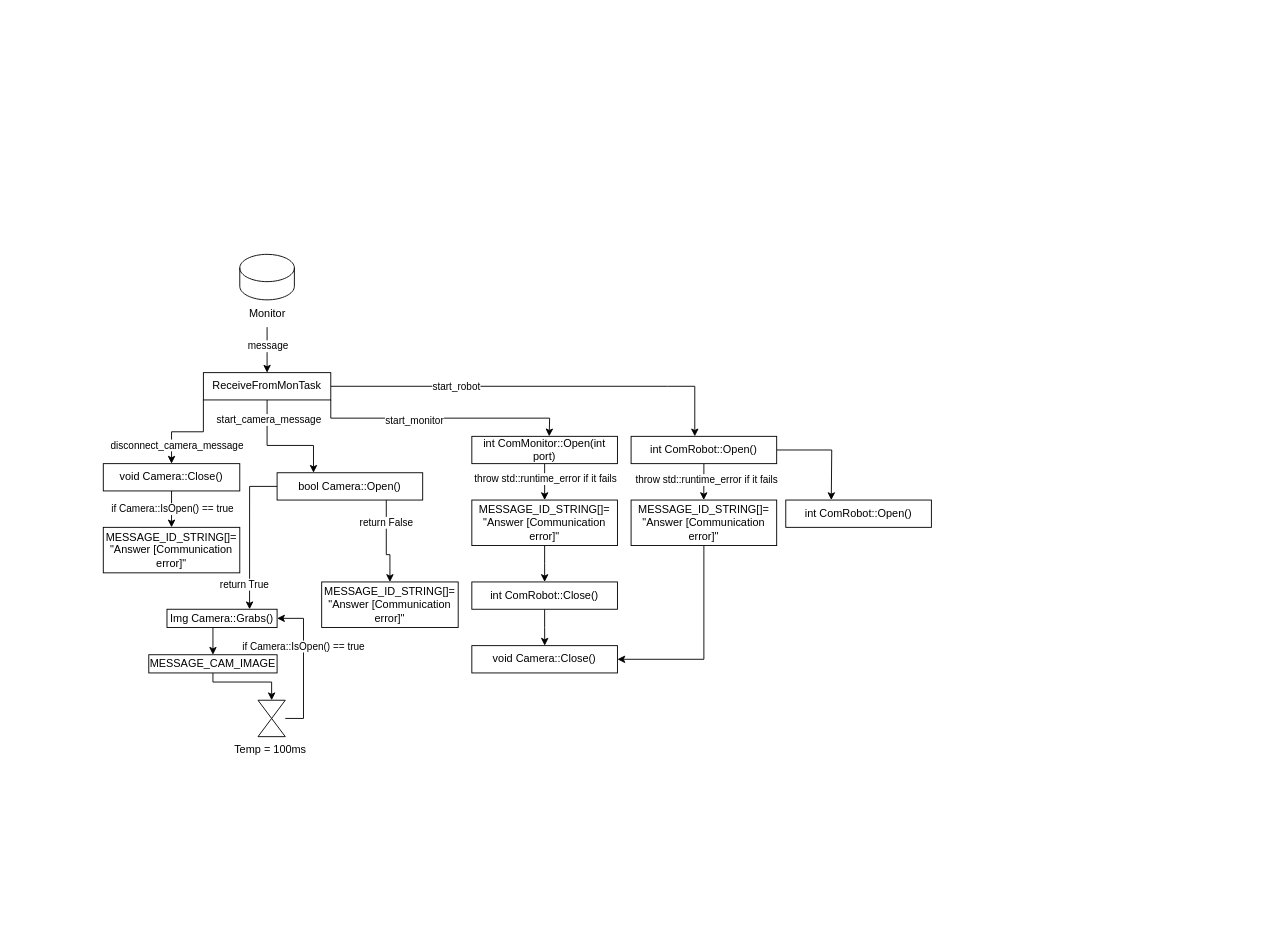
Before: page "Page-2" (2 of 2) of Diagrama sem nome.drawio in Ruba008/BE_temps_reel, a draw.io diagram. Source tidied: cells renumbered, new cells numbered last; positions are measured from the earlier drawing's top-left corner, leaving out a move shared by most shapes. Both pictures are drawn from the tidied source at 91%, with x=0, y=0 at pixel (103, 254).
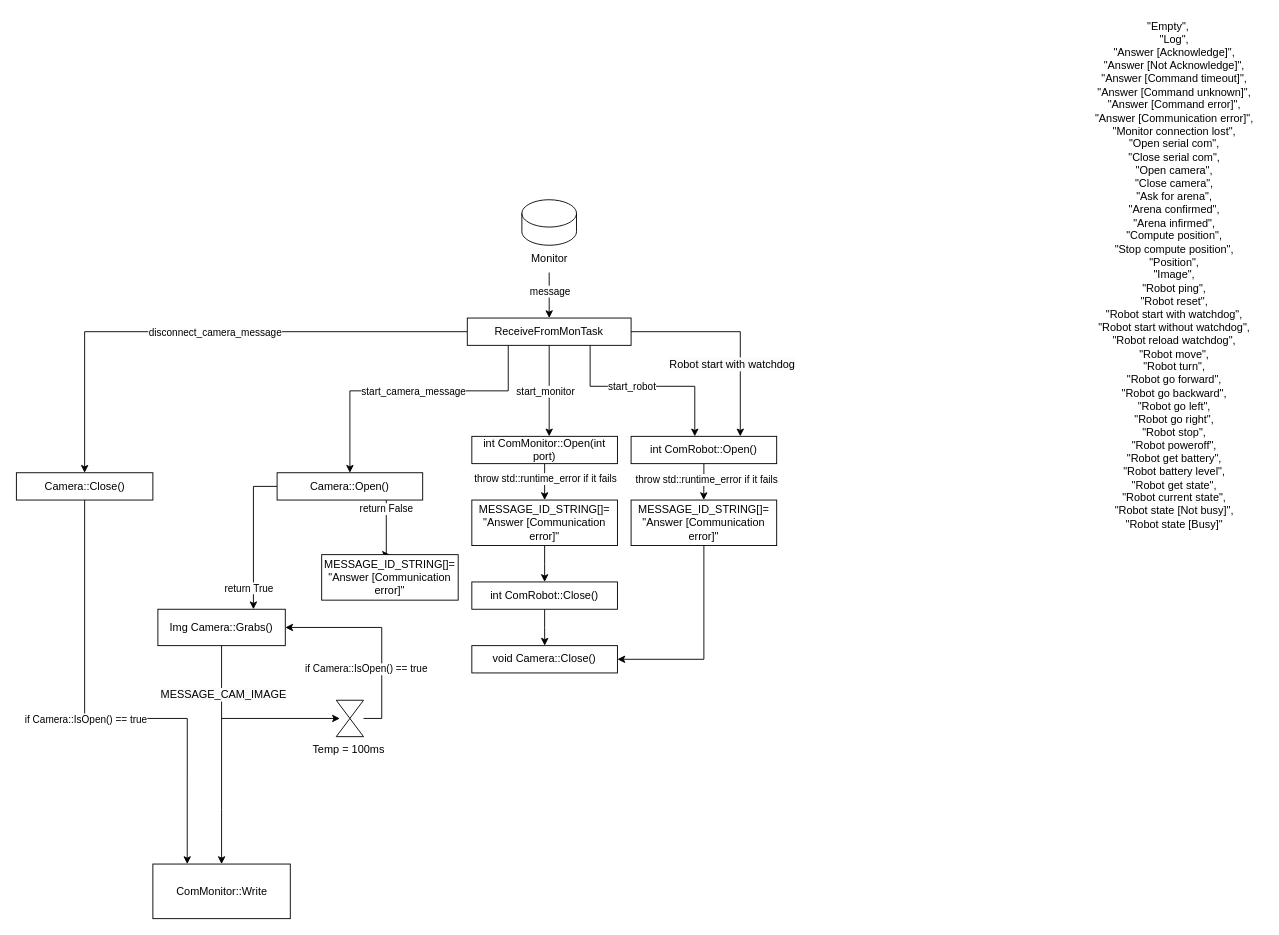
Above is the later version.

Unchanged cells that the change refers to:
```xml
<mxCell id="30" style="shape=collate;whiteSpace=wrap;html=1;" parent="29" vertex="1">
  <mxGeometry x="40" width="30" height="40" as="geometry" />
</mxCell>
<mxCell id="37" style="edgeStyle=orthogonalEdgeStyle;rounded=0;jettySize=auto;html=1;exitX=1;exitY=0.5;exitDx=0;exitDy=0;entryX=1;entryY=0.5;entryDx=0;entryDy=0;" parent="1" edge="1" source="30" target="23">
  <mxGeometry relative="1" as="geometry" />
</mxCell>
<mxCell id="43" value="int ComRobot::Open()" style="whiteSpace=wrap;html=1;" parent="1" vertex="1">
  <mxGeometry x="580" y="200" width="160" height="30" as="geometry" />
</mxCell>
```

What changed in the source:
```diff
@@
-    <mxCell id="2" style="edgeStyle=orthogonalEdgeStyle;rounded=0;jettySize=auto;html=1;exitX=0.5;exitY=1;exitDx=0;exitDy=0;entryX=0.25;entryY=0;entryDx=0;entryDy=0;" parent="1" edge="1" source="10" target="20">
+    <mxCell id="2" style="edgeStyle=orthogonalEdgeStyle;rounded=0;jettySize=auto;html=1;entryX=0.5;entryY=0;entryDx=0;entryDy=0;exitX=0.25;exitY=1;exitDx=0;exitDy=0;" parent="1" edge="1" source="10" target="20">
       <mxGeometry relative="1" as="geometry">
         <Array as="points">
-          <mxPoint x="180" y="210" />
-          <mxPoint x="231" y="210" />
+          <mxPoint x="445" y="150" />
+          <mxPoint x="271" y="150" />
         </Array>
       </mxGeometry>
     </mxCell>
     <mxCell id="3" value="start_camera_mes&lt;span style=&quot;background-color: light-dark(#ffffff, var(--ge-dark-color, #121212)); color: light-dark(rgb(0, 0, 0), rgb(255, 255, 255));&quot;&gt;sage&lt;/span&gt;" style="edgeLabel;html=1;align=center;verticalAlign=middle;" parent="2" vertex="1">
-      <mxGeometry x="-0.68" y="1" relative="1" as="geometry" />
+      <mxGeometry x="-0.68" y="1" relative="1" as="geometry">
+        <mxPoint x="-105" y="-1" as="offset" />
+      </mxGeometry>
     </mxCell>
-    <mxCell id="4" style="edgeStyle=orthogonalEdgeStyle;rounded=0;jettySize=auto;html=1;exitX=1;exitY=1;exitDx=0;exitDy=0;" parent="1" edge="1" source="10">
+    <mxCell id="4" style="edgeStyle=orthogonalEdgeStyle;rounded=0;jettySize=auto;html=1;exitX=0.5;exitY=1;exitDx=0;exitDy=0;" parent="1" edge="1" source="10">
       <mxGeometry relative="1" as="geometry">
         <mxPoint x="490" y="200" as="targetPoint" />
       </mxGeometry>
     </mxCell>
     <mxCell id="5" value="start_monitor" style="edgeLabel;html=1;align=center;verticalAlign=middle;" parent="4" vertex="1">
-      <mxGeometry x="-0.21" y="-2" relative="1" as="geometry" />
+      <mxGeometry x="-0.21" y="-2" relative="1" as="geometry">
+        <mxPoint x="-3" y="10" as="offset" />
+      </mxGeometry>
     </mxCell>
-    <mxCell id="6" style="edgeStyle=orthogonalEdgeStyle;rounded=0;jettySize=auto;html=1;exitX=0;exitY=1;exitDx=0;exitDy=0;entryX=0.5;entryY=0;entryDx=0;entryDy=0;" parent="1" edge="1" source="10" target="34">
-      <mxGeometry relative="1" as="geometry" />
+    <mxCell id="6" style="edgeStyle=orthogonalEdgeStyle;rounded=0;jettySize=auto;html=1;exitX=0;exitY=0.5;exitDx=0;exitDy=0;entryX=0.5;entryY=0;entryDx=0;entryDy=0;" parent="1" edge="1" source="10" target="34">
+      <mxGeometry relative="1" as="geometry">
+        <Array as="points">
+          <mxPoint x="-20" y="85" />
+        </Array>
+      </mxGeometry>
     </mxCell>
     <mxCell id="7" value="disconnect_camera_message" style="edgeLabel;html=1;align=center;verticalAlign=middle;" parent="6" vertex="1">
       <mxGeometry x="0.27" y="-2" relative="1" as="geometry">
-        <mxPoint x="2" y="16" as="offset" />
+        <mxPoint x="87" y="2" as="offset" />
       </mxGeometry>
     </mxCell>
-    <mxCell id="8" style="edgeStyle=orthogonalEdgeStyle;rounded=0;jettySize=auto;html=1;exitX=1;exitY=0.5;exitDx=0;exitDy=0;" parent="1" edge="1" source="10">
+    <mxCell id="8" style="edgeStyle=orthogonalEdgeStyle;rounded=0;jettySize=auto;html=1;exitX=0.75;exitY=1;exitDx=0;exitDy=0;" parent="1" edge="1" source="10">
       <mxGeometry relative="1" as="geometry">
         <mxPoint x="650" y="200" as="targetPoint" />
         <Array as="points">
-          <mxPoint x="620" y="145" />
-          <mxPoint x="620" y="145" />
+          <mxPoint x="535" y="145" />
+          <mxPoint x="650" y="145" />
         </Array>
       </mxGeometry>
     </mxCell>
     <mxCell id="9" value="start_robot" style="edgeLabel;html=1;align=center;verticalAlign=middle;" parent="8" vertex="1">
-      <mxGeometry x="-0.4" relative="1" as="geometry" />
+      <mxGeometry x="-0.4" relative="1" as="geometry">
+        <mxPoint x="25" as="offset" />
+      </mxGeometry>
     </mxCell>
     <mxCell id="10" value="ReceiveFromMonTask" style="rounded=0;whiteSpace=wrap;html=1;" parent="1" vertex="1">
-      <mxGeometry x="110" y="130" width="140" height="30" as="geometry" />
+      <mxGeometry x="400" y="70" width="180" height="30" as="geometry" />
     </mxCell>
     <mxCell id="11" style="group;" parent="1" vertex="1">
-      <mxGeometry x="150" width="60" height="80" as="geometry" />
+      <mxGeometry x="460" y="-60" width="60" height="80" as="geometry" />
     </mxCell>
@@
     <mxCell id="16" style="edgeStyle=orthogonalEdgeStyle;rounded=0;jettySize=auto;html=1;exitX=0.75;exitY=1;exitDx=0;exitDy=0;entryX=0.5;entryY=0;entryDx=0;entryDy=0;" parent="1" edge="1" source="20" target="21">
       <mxGeometry relative="1" as="geometry">
         <Array as="points">
           <mxPoint x="311" y="330" />
-          <mxPoint x="315" y="330" />
+          <mxPoint x="310" y="450" />
         </Array>
       </mxGeometry>
     </mxCell>
@@
-    <mxCell id="20" value="bool Camera::Open()" style="whiteSpace=wrap;html=1;" parent="1" vertex="1">
+    <mxCell id="20" value="Camera::Open()" style="whiteSpace=wrap;html=1;" parent="1" vertex="1">
       <mxGeometry x="191" y="240" width="160" height="30" as="geometry" />
     </mxCell>
     <mxCell id="21" value="MESSAGE_ID_STRING[]=&lt;div&gt;&quot;Answer [Communication error]&quot;&lt;/div&gt;" style="whiteSpace=wrap;html=1;" parent="1" vertex="1">
-      <mxGeometry x="240" y="360" width="150" height="50" as="geometry" />
+      <mxGeometry x="240" y="330" width="150" height="50" as="geometry" />
     </mxCell>
-    <mxCell id="22" style="edgeStyle=orthogonalEdgeStyle;rounded=0;jettySize=auto;html=1;exitX=0.5;exitY=1;exitDx=0;exitDy=0;entryX=0.5;entryY=0;entryDx=0;entryDy=0;" parent="1" edge="1" source="23" target="36">
-      <mxGeometry relative="1" as="geometry" />
-    </mxCell>
+    <mxCell id="50" style="edgeStyle=orthogonalEdgeStyle;rounded=0;jettySize=auto;html=1;entryX=0.5;entryY=0;entryDx=0;entryDy=0;" parent="1" edge="1" source="23" target="52">
+      <mxGeometry relative="1" as="geometry">
+        <Array as="points">
+          <mxPoint x="130" y="610" />
+          <mxPoint x="130" y="610" />
+        </Array>
+      </mxGeometry>
+    </mxCell>
+    <mxCell id="36" value="&lt;span style=&quot;font-size: 12px; text-wrap-mode: wrap; background-color: rgb(251, 251, 251);&quot;&gt;MESSAGE_CAM_IMAGE&lt;/span&gt;" style="edgeLabel;html=1;align=center;verticalAlign=middle;points=[];" parent="50" vertex="1">
+      <mxGeometry x="-0.56" y="1" relative="1" as="geometry" />
+    </mxCell>
     <mxCell id="23" value="Img Camera::Grabs()" style="whiteSpace=wrap;html=1;" parent="1" vertex="1">
-      <mxGeometry x="70" y="390" width="121" height="20" as="geometry" />
+      <mxGeometry x="60" y="390" width="140" height="40" as="geometry" />
     </mxCell>
@@
     <mxCell id="29" style="group;" parent="1" vertex="1">
-      <mxGeometry x="130" y="490" width="110" height="70" as="geometry" />
+      <mxGeometry x="216" y="490" width="110" height="70" as="geometry" />
     </mxCell>
@@
-    <mxCell id="32" style="edgeStyle=orthogonalEdgeStyle;rounded=0;jettySize=auto;html=1;exitX=0.5;exitY=1;exitDx=0;exitDy=0;entryX=0.5;entryY=0;entryDx=0;entryDy=0;" parent="1" edge="1" source="34" target="39">
-      <mxGeometry relative="1" as="geometry" />
+    <mxCell id="32" style="edgeStyle=orthogonalEdgeStyle;rounded=0;jettySize=auto;html=1;exitX=0.5;exitY=1;exitDx=0;exitDy=0;entryX=0.25;entryY=0;entryDx=0;entryDy=0;" parent="1" edge="1" source="34" target="52">
+      <mxGeometry relative="1" as="geometry">
+        <Array as="points">
+          <mxPoint x="-20" y="510" />
+          <mxPoint x="92" y="510" />
+        </Array>
+      </mxGeometry>
     </mxCell>
@@
-    <mxCell id="34" value="void Camera::Close()" style="whiteSpace=wrap;html=1;" parent="1" vertex="1">
-      <mxGeometry y="230" width="150" height="30" as="geometry" />
+    <mxCell id="34" value="Camera::Close()" style="whiteSpace=wrap;html=1;" parent="1" vertex="1">
+      <mxGeometry x="-95.5" y="240" width="150" height="30" as="geometry" />
     </mxCell>
-    <mxCell id="35" style="edgeStyle=orthogonalEdgeStyle;rounded=0;jettySize=auto;html=1;entryX=0.5;entryY=0;entryDx=0;entryDy=0;" parent="1" edge="1" source="36" target="30">
-      <mxGeometry relative="1" as="geometry">
-        <Array as="points">
-          <mxPoint x="120" y="470" />
-          <mxPoint x="185" y="470" />
-        </Array>
-      </mxGeometry>
-    </mxCell>
-    <mxCell id="36" value="MESSAGE_CAM_IMAGE" style="whiteSpace=wrap;html=1;" parent="1" vertex="1">
-      <mxGeometry x="50" y="440" width="141" height="20" as="geometry" />
-    </mxCell>
+    <mxCell id="51" style="edgeStyle=orthogonalEdgeStyle;rounded=0;orthogonalLoop=1;jettySize=auto;html=1;" parent="1" edge="1">
+      <mxGeometry relative="1" as="geometry">
+        <mxPoint x="130" y="510" as="sourcePoint" />
+        <mxPoint x="260" y="510" as="targetPoint" />
+      </mxGeometry>
+    </mxCell>
@@
     <mxCell id="38" value="if Camera::IsOpen() == true" style="edgeLabel;html=1;align=center;verticalAlign=middle;" parent="37" vertex="1">
       <mxGeometry x="0.35" y="1" relative="1" as="geometry">
-        <mxPoint y="7" as="offset" />
+        <mxPoint x="15" y="44" as="offset" />
       </mxGeometry>
     </mxCell>
-    <mxCell id="39" value="MESSAGE_ID_STRING[]=&lt;div&gt;&quot;Answer [Communication error]&quot;&lt;/div&gt;" style="whiteSpace=wrap;html=1;" parent="1" vertex="1">
-      <mxGeometry y="300" width="150" height="50" as="geometry" />
-    </mxCell>
@@
-    <mxCell id="42" style="edgeStyle=orthogonalEdgeStyle;rounded=0;jettySize=auto;html=1;" parent="1" edge="1" source="43">
-      <mxGeometry relative="1" as="geometry">
-        <mxPoint x="800" y="270" as="targetPoint" />
-      </mxGeometry>
-    </mxCell>
@@
-    <mxCell id="49" value="int ComRobot::Open()" style="whiteSpace=wrap;html=1;" parent="1" vertex="1">
-      <mxGeometry x="750" y="270" width="160" height="30" as="geometry" />
-    </mxCell>
+    <mxCell id="52" value="ComMonitor::Write" style="whiteSpace=wrap;html=1;" parent="1" vertex="1">
+      <mxGeometry x="54.5" y="670" width="151" height="60" as="geometry" />
+    </mxCell>
+    <mxCell id="53" style="edgeStyle=orthogonalEdgeStyle;rounded=0;jettySize=auto;html=1;exitX=1;exitY=0.5;exitDx=0;exitDy=0;entryX=0.75;entryY=0;entryDx=0;entryDy=0;" parent="1" edge="1" source="10" target="43">
+      <mxGeometry relative="1" as="geometry">
+        <Array as="points">
+          <mxPoint x="700" y="85" />
+        </Array>
+      </mxGeometry>
+    </mxCell>
+    <mxCell id="54" value="&lt;span style=&quot;font-size: 12px; background-color: rgb(251, 251, 251);&quot;&gt;Robot start with watchdog&lt;/span&gt;" style="edgeLabel;html=1;align=center;verticalAlign=middle;" parent="53" vertex="1">
+      <mxGeometry x="-0.4" relative="1" as="geometry">
+        <mxPoint x="39" y="35" as="offset" />
+      </mxGeometry>
+    </mxCell>
+    <mxCell id="55" value="&lt;div&gt;&quot;Empty&quot;,&lt;/div&gt;&lt;div&gt;&amp;nbsp; &amp;nbsp; &quot;Log&quot;,&lt;/div&gt;&lt;div&gt;&amp;nbsp; &amp;nbsp; &quot;Answer [Acknowledge]&quot;,&lt;/div&gt;&lt;div&gt;&amp;nbsp; &amp;nbsp; &quot;Answer [Not Acknowledge]&quot;,&lt;/div&gt;&lt;div&gt;&amp;nbsp; &amp;nbsp; &quot;Answer [Command timeout]&quot;,&lt;/div&gt;&lt;div&gt;&amp;nbsp; &amp;nbsp; &quot;Answer [Command unknown]&quot;,&lt;/div&gt;&lt;div&gt;&amp;nbsp; &amp;nbsp; &quot;Answer [Command error]&quot;,&lt;/div&gt;&lt;div&gt;&amp;nbsp; &amp;nbsp; &quot;Answer [Communication error]&quot;,&lt;/div&gt;&lt;div&gt;&amp;nbsp; &amp;nbsp; &quot;Monitor connection lost&quot;,&lt;/div&gt;&lt;div&gt;&amp;nbsp; &amp;nbsp; &quot;Open serial com&quot;,&lt;/div&gt;&lt;div&gt;&amp;nbsp; &amp;nbsp; &quot;Close serial com&quot;,&lt;/div&gt;&lt;div&gt;&amp;nbsp; &amp;nbsp; &quot;Open camera&quot;,&lt;/div&gt;&lt;div&gt;&amp;nbsp; &amp;nbsp; &quot;Close camera&quot;,&lt;/div&gt;&lt;div&gt;&amp;nbsp; &amp;nbsp; &quot;Ask for arena&quot;,&lt;/div&gt;&lt;div&gt;&amp;nbsp; &amp;nbsp; &quot;Arena confirmed&quot;,&lt;/div&gt;&lt;div&gt;&amp;nbsp; &amp;nbsp; &quot;Arena infirmed&quot;,&lt;/div&gt;&lt;div&gt;&amp;nbsp; &amp;nbsp; &quot;Compute position&quot;,&lt;/div&gt;&lt;div&gt;&amp;nbsp; &amp;nbsp; &quot;Stop compute position&quot;,&lt;/div&gt;&lt;div&gt;&amp;nbsp; &amp;nbsp; &quot;Position&quot;,&lt;/div&gt;&lt;div&gt;&amp;nbsp; &amp;nbsp; &quot;Image&quot;,&lt;/div&gt;&lt;div&gt;&amp;nbsp; &amp;nbsp; &quot;Robot ping&quot;,&lt;/div&gt;&lt;div&gt;&amp;nbsp; &amp;nbsp; &quot;Robot reset&quot;,&lt;/div&gt;&lt;div&gt;&amp;nbsp; &amp;nbsp; &quot;Robot start with watchdog&quot;,&lt;/div&gt;&lt;div&gt;&amp;nbsp; &amp;nbsp; &quot;Robot start without watchdog&quot;,&lt;/div&gt;&lt;div&gt;&amp;nbsp; &amp;nbsp; &quot;Robot reload watchdog&quot;,&lt;/div&gt;&lt;div&gt;&amp;nbsp; &amp;nbsp; &quot;Robot move&quot;,&lt;/div&gt;&lt;div&gt;&amp;nbsp; &amp;nbsp; &quot;Robot turn&quot;,&lt;/div&gt;&lt;div&gt;&amp;nbsp; &amp;nbsp; &quot;Robot go forward&quot;,&lt;/div&gt;&lt;div&gt;&amp;nbsp; &amp;nbsp; &quot;Robot go backward&quot;,&lt;/div&gt;&lt;div&gt;&amp;nbsp; &amp;nbsp; &quot;Robot go left&quot;,&lt;/div&gt;&lt;div&gt;&amp;nbsp; &amp;nbsp; &quot;Robot go right&quot;,&lt;/div&gt;&lt;div&gt;&amp;nbsp; &amp;nbsp; &quot;Robot stop&quot;,&lt;/div&gt;&lt;div&gt;&amp;nbsp; &amp;nbsp; &quot;Robot poweroff&quot;,&lt;/div&gt;&lt;div&gt;&amp;nbsp; &amp;nbsp; &quot;Robot get battery&quot;,&lt;/div&gt;&lt;div&gt;&amp;nbsp; &amp;nbsp; &quot;Robot battery level&quot;,&lt;/div&gt;&lt;div&gt;&amp;nbsp; &amp;nbsp; &quot;Robot get state&quot;,&lt;/div&gt;&lt;div&gt;&amp;nbsp; &amp;nbsp; &quot;Robot current state&quot;,&lt;/div&gt;&lt;div&gt;&amp;nbsp; &amp;nbsp; &quot;Robot state [Not busy]&quot;,&lt;/div&gt;&lt;div&gt;&amp;nbsp; &amp;nbsp; &quot;Robot state [Busy]&quot;&lt;/div&gt;" style="text;html=1;align=center;verticalAlign=middle;strokeColor=none;fillColor=none;" parent="1" vertex="1">
+      <mxGeometry x="1065" y="-262" width="210" height="570" as="geometry" />
+    </mxCell>
```
